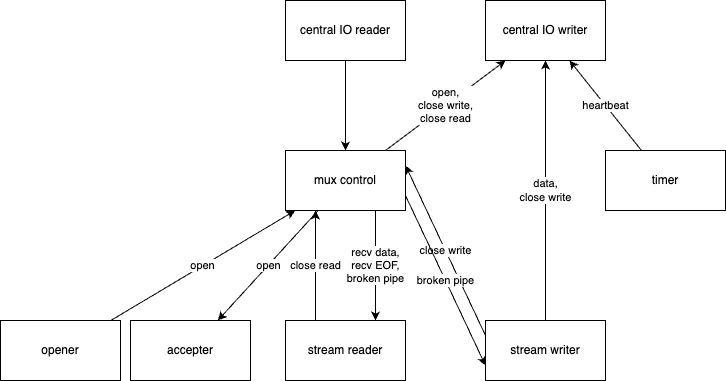
Above: docs/arch.drawio.png in Banyc/mux (draw.io), before the change. Source tidied: cells renumbered, new cells last; positions are measured from the earlier drawing's top-left corner, leaving out a move shared by most shapes.
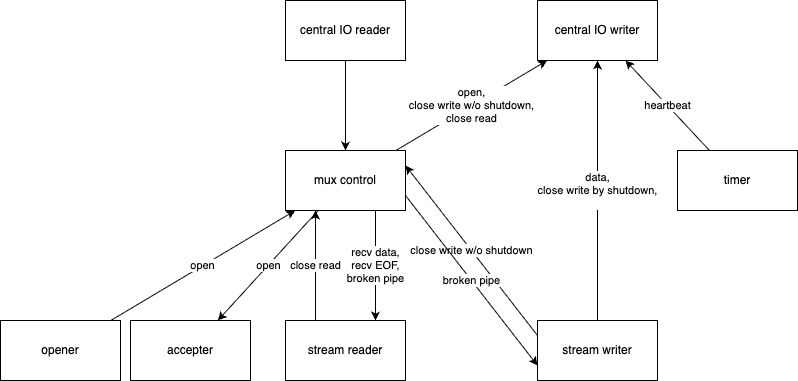
Above is the later version.

Commit message:
stream writer: send "write close" to peer on writer shutdown

The edit, as a diff of the source:
```diff
@@ -9,7 +9,7 @@
       <mxGeometry x="285" width="120" height="60" as="geometry" />
     </mxCell>
     <mxCell id="4" value="central IO writer" style="rounded=0;whiteSpace=wrap;html=1;" parent="1" vertex="1">
-      <mxGeometry x="485" width="120" height="60" as="geometry" />
+      <mxGeometry x="537" width="120" height="60" as="geometry" />
     </mxCell>
     <mxCell id="5" value="close read" style="edgeStyle=none;html=1;exitX=0.25;exitY=0;exitDx=0;exitDy=0;entryX=0.25;entryY=1;entryDx=0;entryDy=0;" parent="1" edge="1" source="6" target="14">
       <mxGeometry relative="1" as="geometry" />
@@ -17,14 +17,14 @@
     <mxCell id="6" value="stream reader" style="rounded=0;whiteSpace=wrap;html=1;" parent="1" vertex="1">
       <mxGeometry x="285" y="320" width="120" height="60" as="geometry" />
     </mxCell>
-    <mxCell id="7" value="data,&lt;br&gt;close write" style="edgeStyle=none;html=1;" parent="1" edge="1" source="9" target="4">
+    <mxCell id="7" value="data,&lt;br&gt;close write by shutdown,&lt;br&gt;&lt;div&gt;&lt;span style=&quot;background-color: light-dark(#ffffff, var(--ge-dark-color, #121212));&quot;&gt;&lt;font style=&quot;color: light-dark(rgb(255, 255, 255), rgb(255, 255, 255));&quot;&gt;close write by data drop&lt;/font&gt;&lt;/span&gt;&lt;/div&gt;" style="edgeStyle=none;html=1;" parent="1" edge="1" source="9" target="4">
       <mxGeometry relative="1" as="geometry" />
     </mxCell>
-    <mxCell id="8" value="close write" style="edgeStyle=none;html=1;entryX=1;entryY=0.25;entryDx=0;entryDy=0;exitX=0;exitY=0.25;exitDx=0;exitDy=0;" parent="1" edge="1" source="9" target="14">
+    <mxCell id="8" value="close write w/o shutdown" style="edgeStyle=none;html=1;entryX=1;entryY=0.25;entryDx=0;entryDy=0;exitX=0;exitY=0.25;exitDx=0;exitDy=0;" parent="1" edge="1" source="9" target="14">
       <mxGeometry relative="1" as="geometry" />
     </mxCell>
     <mxCell id="9" value="stream writer" style="rounded=0;whiteSpace=wrap;html=1;" parent="1" vertex="1">
-      <mxGeometry x="485" y="320" width="120" height="60" as="geometry" />
+      <mxGeometry x="537" y="320" width="120" height="60" as="geometry" />
     </mxCell>
     <mxCell id="10" value="broken pipe" style="edgeStyle=none;html=1;exitX=1;exitY=0.75;exitDx=0;exitDy=0;entryX=0;entryY=0.75;entryDx=0;entryDy=0;" parent="1" edge="1" source="14" target="9">
       <mxGeometry relative="1" as="geometry" />
@@ -35,7 +35,7 @@
     <mxCell id="12" value="open" style="edgeStyle=none;html=1;" parent="1" edge="1" source="14" target="17">
       <mxGeometry relative="1" as="geometry" />
     </mxCell>
-    <mxCell id="13" value="open,&lt;br&gt;close write,&lt;br&gt;close read" style="edgeStyle=none;html=1;" parent="1" edge="1" source="14" target="4">
+    <mxCell id="13" value="open,&lt;br&gt;close write w/o shutdown,&lt;br&gt;close read" style="edgeStyle=none;html=1;" parent="1" edge="1" source="14" target="4">
       <mxGeometry relative="1" as="geometry" />
     </mxCell>
     <mxCell id="14" value="mux control" style="rounded=0;whiteSpace=wrap;html=1;" parent="1" vertex="1">
@@ -45,7 +45,7 @@
       <mxGeometry relative="1" as="geometry" />
     </mxCell>
     <mxCell id="16" value="timer" style="rounded=0;whiteSpace=wrap;html=1;" parent="1" vertex="1">
-      <mxGeometry x="605" y="150" width="120" height="60" as="geometry" />
+      <mxGeometry x="677" y="150" width="120" height="60" as="geometry" />
     </mxCell>
     <mxCell id="17" value="accepter" style="rounded=0;whiteSpace=wrap;html=1;" parent="1" vertex="1">
       <mxGeometry x="130" y="320" width="120" height="60" as="geometry" />
```
